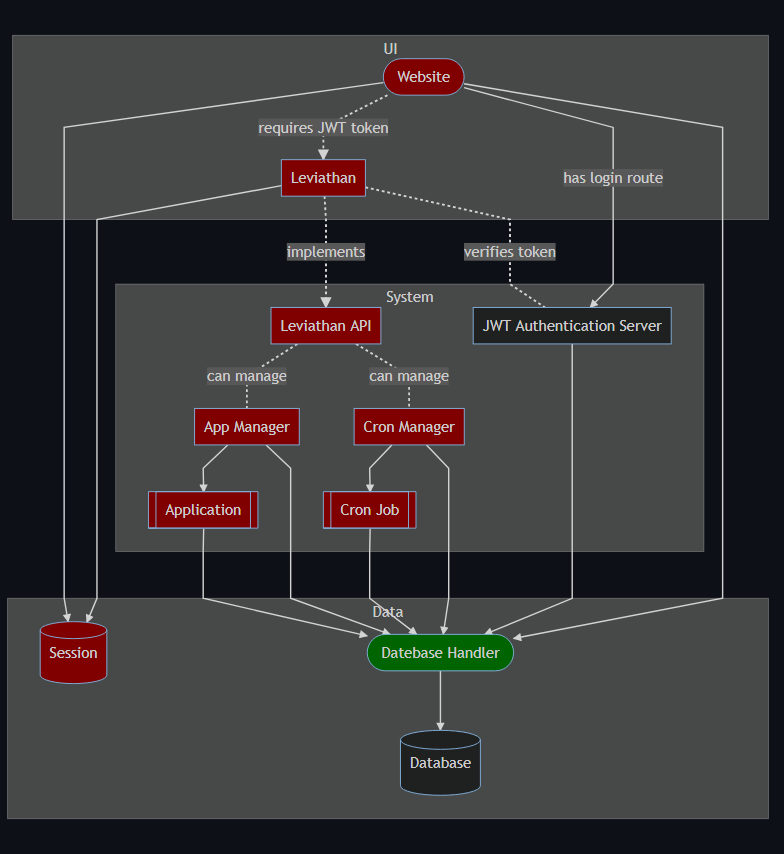
Before: diagrams/domain.png, a diagram exported from Mermaid (olivernybo/leviathan). Its source is kept beside it as diagrams/domain.mmd.
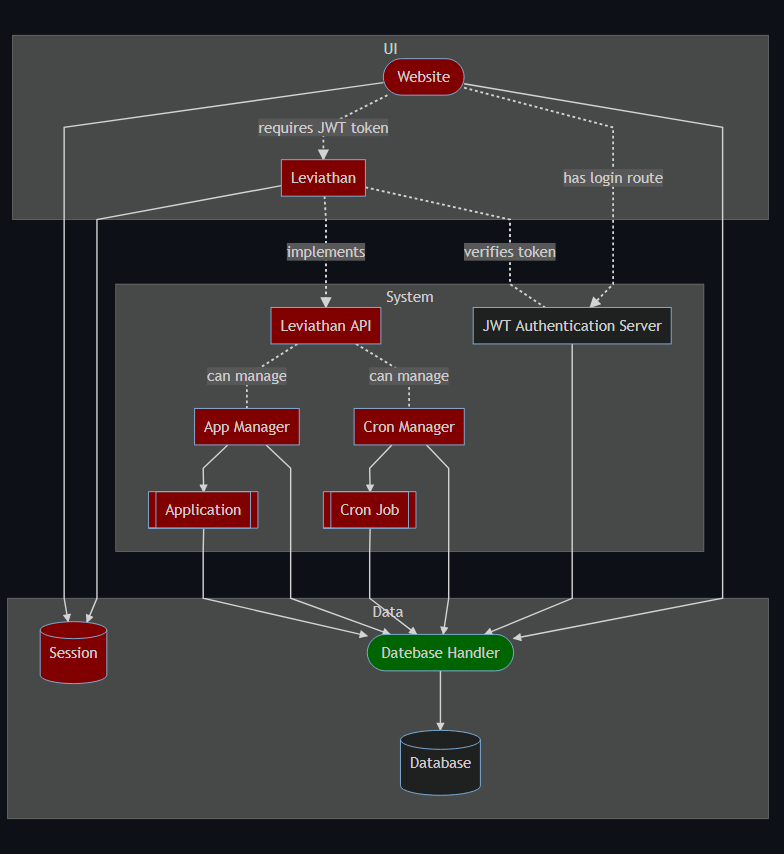
Above is the later version.

Commit message:
fixed an incorrect solid arrow

What changed in the source:
```diff
@@ -24,7 +24,7 @@
 
 	web-->dbh
 	web-.->|requires JWT token|leviathan
-	web-->|has login route|jwt
+	web-.->|has login route|jwt
 	leviathan-.-|verifies token|jwt
 	leviathan-.->|implements|api
 	jwt-->dbh
@@ -36,6 +36,6 @@
 	appmanager-->dbh
 	appmanager-->app
 	app-->dbh
-	leviathan---->session
+	leviathan-->session
 	web-->session
 	dbh-->db
```
